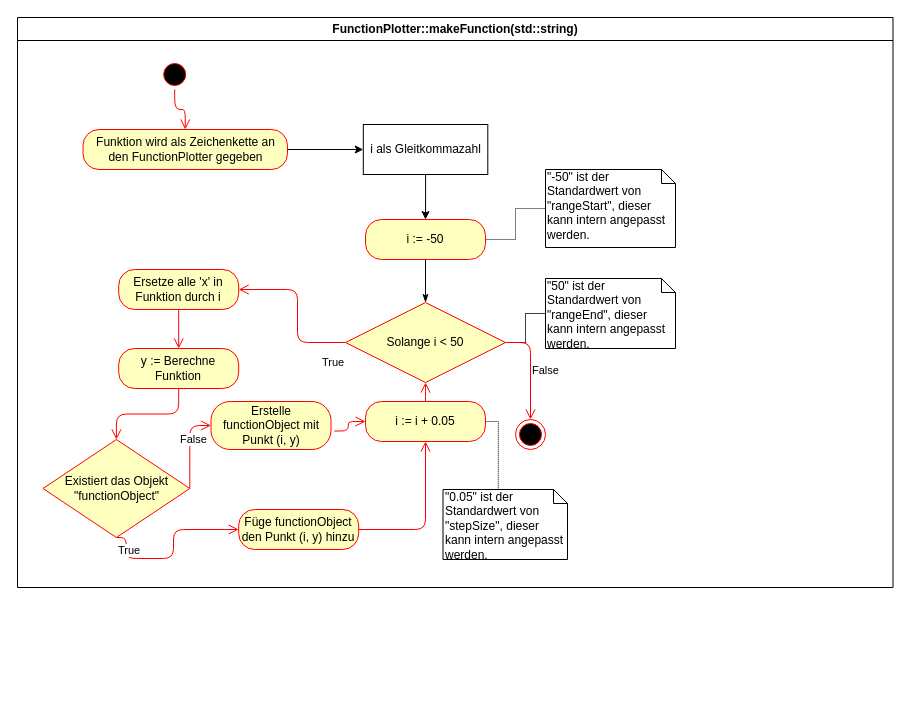
This is activity-diagram-functionplotter-makefunction.drawio from ColdIV/math-tool, a draw.io file, before an edit. Source tidied: cells renumbered, new cells numbered last; positions are measured from the earlier drawing's top-left corner, leaving out a move shared by most shapes. Both pictures are drawn from the tidied source at 100%, with x=0, y=0 at pixel (17, 17).
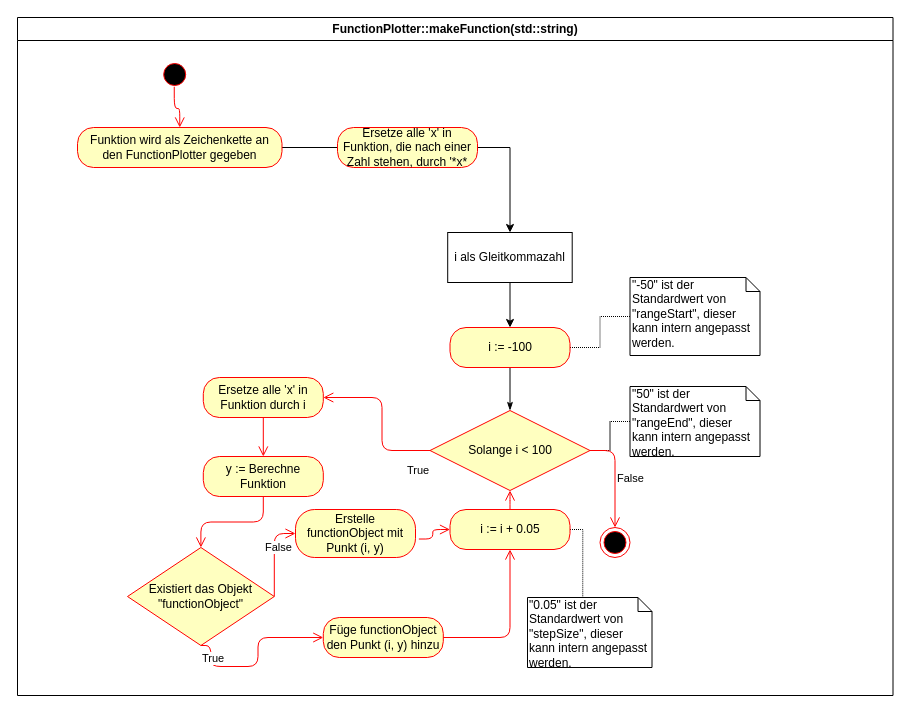
After the change.

Commit message (it also covers changes not shown here):
Add final version of activity diagram

The change refers to these unchanged cells:
```xml
<mxCell id="32" style="ellipse;html=1;shape=startState;fillColor=#000000;strokeColor=#ff0000;" parent="2" vertex="1">
  <mxGeometry x="142.2" y="42" width="30" height="30" as="geometry" />
</mxCell>
```

Diff of the diagram source:
```diff
@@
     <mxCell id="2" value="FunctionPlotter::makeFunction(std::string)" style="swimlane;whiteSpace=wrap;" parent="1" vertex="1">
-      <mxGeometry width="875.5" height="570" as="geometry" />
+      <mxGeometry width="875.5" height="678" as="geometry" />
     </mxCell>
@@
     <mxCell id="4" value="&lt;span&gt;Funktion wird als Zeichenkette an&lt;/span&gt;&lt;br&gt;&lt;span&gt;den FunctionPlotter gegeben&lt;/span&gt;" style="rounded=1;whiteSpace=wrap;html=1;arcSize=40;fontColor=#000000;fillColor=#ffffc0;strokeColor=#ff0000;" parent="2" vertex="1">
-      <mxGeometry x="65.5" y="112" width="204.5" height="40" as="geometry" />
+      <mxGeometry x="60" y="110" width="204.5" height="40" as="geometry" />
     </mxCell>
@@
     <mxCell id="6" value="i als Gleitkommazahl" style="html=1;" parent="2" vertex="1">
-      <mxGeometry x="345.8" y="107" width="124.5" height="50" as="geometry" />
+      <mxGeometry x="430.2" y="215" width="124.5" height="50" as="geometry" />
     </mxCell>
@@
-    <mxCell id="9" value="i := -50" style="rounded=1;whiteSpace=wrap;html=1;arcSize=40;fontColor=#000000;fillColor=#ffffc0;strokeColor=#ff0000;" parent="2" vertex="1">
-      <mxGeometry x="348" y="202" width="120" height="40" as="geometry" />
+    <mxCell id="9" value="i := -100" style="rounded=1;whiteSpace=wrap;html=1;arcSize=40;fontColor=#000000;fillColor=#ffffc0;strokeColor=#ff0000;" parent="2" vertex="1">
+      <mxGeometry x="432.5" y="310" width="120" height="40" as="geometry" />
     </mxCell>
     <mxCell id="10" value="&quot;-50&quot; ist der Standardwert von &quot;rangeStart&quot;, dieser kann intern angepasst werden." style="shape=note;whiteSpace=wrap;html=1;size=14;verticalAlign=top;align=left;spacingTop=-6;" parent="2" vertex="1">
-      <mxGeometry x="528" y="152" width="130" height="78" as="geometry" />
+      <mxGeometry x="612.5" y="260" width="130" height="78" as="geometry" />
     </mxCell>
@@
     <mxCell id="13" value="&quot;50&quot; ist der Standardwert von &quot;rangeEnd&quot;, dieser kann intern angepasst werden." style="shape=note;whiteSpace=wrap;html=1;size=14;verticalAlign=top;align=left;spacingTop=-6;" parent="2" vertex="1">
-      <mxGeometry x="528" y="261" width="130" height="70" as="geometry" />
+      <mxGeometry x="612.5" y="369" width="130" height="70" as="geometry" />
     </mxCell>
-    <mxCell id="14" value="Solange i &amp;lt; 50" style="rhombus;whiteSpace=wrap;html=1;fillColor=#ffffc0;strokeColor=#ff0000;" parent="2" vertex="1">
-      <mxGeometry x="328" y="285" width="160" height="80" as="geometry" />
+    <mxCell id="14" value="Solange i &amp;lt; 100" style="rhombus;whiteSpace=wrap;html=1;fillColor=#ffffc0;strokeColor=#ff0000;" parent="2" vertex="1">
+      <mxGeometry x="412.5" y="393" width="160" height="80" as="geometry" />
     </mxCell>
@@
     <mxCell id="16" style="ellipse;html=1;shape=endState;fillColor=#000000;strokeColor=#ff0000;" parent="2" vertex="1">
-      <mxGeometry x="498" y="402" width="30" height="30" as="geometry" />
+      <mxGeometry x="582.5" y="510" width="30" height="30" as="geometry" />
     </mxCell>
     <mxCell id="17" value="Ersetze alle 'x' in Funktion durch i" style="rounded=1;whiteSpace=wrap;html=1;arcSize=40;fontColor=#000000;fillColor=#ffffc0;strokeColor=#ff0000;" parent="2" vertex="1">
-      <mxGeometry x="101.2" y="252" width="120" height="40" as="geometry" />
+      <mxGeometry x="185.8" y="360" width="120" height="40" as="geometry" />
     </mxCell>
@@
     <mxCell id="19" value="y := Berechne Funktion" style="rounded=1;whiteSpace=wrap;html=1;arcSize=40;fontColor=#000000;fillColor=#ffffc0;strokeColor=#ff0000;" parent="2" vertex="1">
-      <mxGeometry x="101.2" y="331" width="120" height="40" as="geometry" />
+      <mxGeometry x="185.8" y="439" width="120" height="40" as="geometry" />
     </mxCell>
@@
     <mxCell id="21" value="Existiert das Objekt &quot;functionObject&quot;" style="rhombus;whiteSpace=wrap;html=1;fillColor=#ffffc0;strokeColor=#ff0000;" parent="2" vertex="1">
-      <mxGeometry x="25.5" y="422" width="146.8" height="98" as="geometry" />
+      <mxGeometry x="110" y="530" width="146.8" height="98" as="geometry" />
     </mxCell>
     <mxCell id="22" value="True" style="edgeStyle=orthogonalEdgeStyle;html=1;align=left;verticalAlign=top;endArrow=open;endSize=8;strokeColor=#ff0000;entryX=0;entryY=0.5;entryDx=0;entryDy=0;exitX=0.5;exitY=1;exitDx=0;exitDy=0;" parent="2" edge="1" source="21" target="24">
       <mxGeometry x="-1" relative="1" as="geometry">
         <Array as="points">
-          <mxPoint x="109" y="520" />
-          <mxPoint x="109" y="541" />
-          <mxPoint x="156" y="541" />
-          <mxPoint x="156" y="512" />
+          <mxPoint x="193.5" y="628" />
+          <mxPoint x="193.5" y="649" />
+          <mxPoint x="240.5" y="649" />
+          <mxPoint x="240.5" y="620" />
         </Array>
       </mxGeometry>
     </mxCell>
     <mxCell id="23" value="Erstelle functionObject mit Punkt (i, y)" style="rounded=1;whiteSpace=wrap;html=1;arcSize=40;fontColor=#000000;fillColor=#ffffc0;strokeColor=#ff0000;" parent="2" vertex="1">
-      <mxGeometry x="193.5" y="384" width="120" height="48" as="geometry" />
+      <mxGeometry x="278" y="492" width="120" height="48" as="geometry" />
     </mxCell>
     <mxCell id="24" value="Füge functionObject den Punkt (i, y) hinzu" style="rounded=1;whiteSpace=wrap;html=1;arcSize=40;fontColor=#000000;fillColor=#ffffc0;strokeColor=#ff0000;" parent="2" vertex="1">
-      <mxGeometry x="221.2" y="492" width="120" height="40" as="geometry" />
+      <mxGeometry x="305.8" y="600" width="120" height="40" as="geometry" />
     </mxCell>
@@
     <mxCell id="26" style="edgeStyle=orthogonalEdgeStyle;rounded=0;jettySize=auto;html=1;exitX=1;exitY=0.5;exitDx=0;exitDy=0;entryX=0;entryY=0;entryDx=55.25000000000001;entryDy=0;entryPerimeter=0;endArrow=none;endFill=0;dashed=1;dashPattern=1 1;" parent="2" edge="1" source="27" target="31">
       <mxGeometry relative="1" as="geometry">
         <Array as="points">
-          <mxPoint x="481" y="404" />
+          <mxPoint x="565.5" y="512" />
         </Array>
       </mxGeometry>
     </mxCell>
     <mxCell id="27" value="i := i + 0.05" style="rounded=1;whiteSpace=wrap;html=1;arcSize=40;fontColor=#000000;fillColor=#ffffc0;strokeColor=#ff0000;" parent="2" vertex="1">
-      <mxGeometry x="348" y="384" width="120" height="40" as="geometry" />
+      <mxGeometry x="432.5" y="492" width="120" height="40" as="geometry" />
     </mxCell>
@@
     <mxCell id="30" value="False" style="edgeStyle=orthogonalEdgeStyle;html=1;align=left;verticalAlign=bottom;endArrow=open;endSize=8;strokeColor=#ff0000;exitX=1;exitY=0.5;exitDx=0;exitDy=0;entryX=0;entryY=0.5;entryDx=0;entryDy=0;" parent="2" edge="1" source="21" target="23">
       <mxGeometry x="-0.06" y="11" relative="1" as="geometry">
         <Array as="points">
-          <mxPoint x="172" y="408" />
+          <mxPoint x="256.5" y="516" />
         </Array>
       </mxGeometry>
     </mxCell>
     <mxCell id="31" value="&quot;0.05&quot; ist der Standardwert von &quot;stepSize&quot;, dieser kann intern angepasst werden." style="shape=note;whiteSpace=wrap;html=1;size=14;verticalAlign=top;align=left;spacingTop=-6;" parent="2" vertex="1">
-      <mxGeometry x="425.5" y="472" width="124.5" height="70" as="geometry" />
+      <mxGeometry x="510" y="580" width="124.5" height="70" as="geometry" />
     </mxCell>
@@
-    <mxCell id="33" style="edgeStyle=orthogonalEdgeStyle;html=1;verticalAlign=bottom;endArrow=open;endSize=8;strokeColor=#ff0000;entryX=0.5;entryY=0;entryDx=0;entryDy=0;" parent="2" edge="1" source="32" target="4">
+    <mxCell id="33" style="edgeStyle=orthogonalEdgeStyle;html=1;verticalAlign=bottom;endArrow=open;endSize=8;strokeColor=#ff0000;entryX=0.5;entryY=0;entryDx=0;entryDy=0;exitX=0.485;exitY=0.908;exitDx=0;exitDy=0;exitPerimeter=0;" parent="2" edge="1" source="32" target="4">
       <mxGeometry relative="1" as="geometry" />
     </mxCell>
     <mxCell id="34" value="True" style="edgeStyle=orthogonalEdgeStyle;html=1;align=left;verticalAlign=top;endArrow=open;endSize=8;strokeColor=#ff0000;entryX=1;entryY=0.5;entryDx=0;entryDy=0;" parent="2" edge="1" source="14" target="17">
       <mxGeometry x="-0.69" y="7" relative="1" as="geometry">
         <Array as="points">
-          <mxPoint x="280" y="325" />
-          <mxPoint x="280" y="272" />
+          <mxPoint x="364.5" y="433" />
+          <mxPoint x="364.5" y="380" />
         </Array>
       </mxGeometry>
     </mxCell>
+    <mxCell id="35" value="Ersetze alle 'x' in Funktion, die nach einer Zahl stehen, durch '*x*" style="rounded=1;whiteSpace=wrap;html=1;arcSize=40;fontColor=#000000;fillColor=#ffffc0;strokeColor=#ff0000;" parent="2" vertex="1">
+      <mxGeometry x="320" y="110" width="140" height="40" as="geometry" />
+    </mxCell>
```
